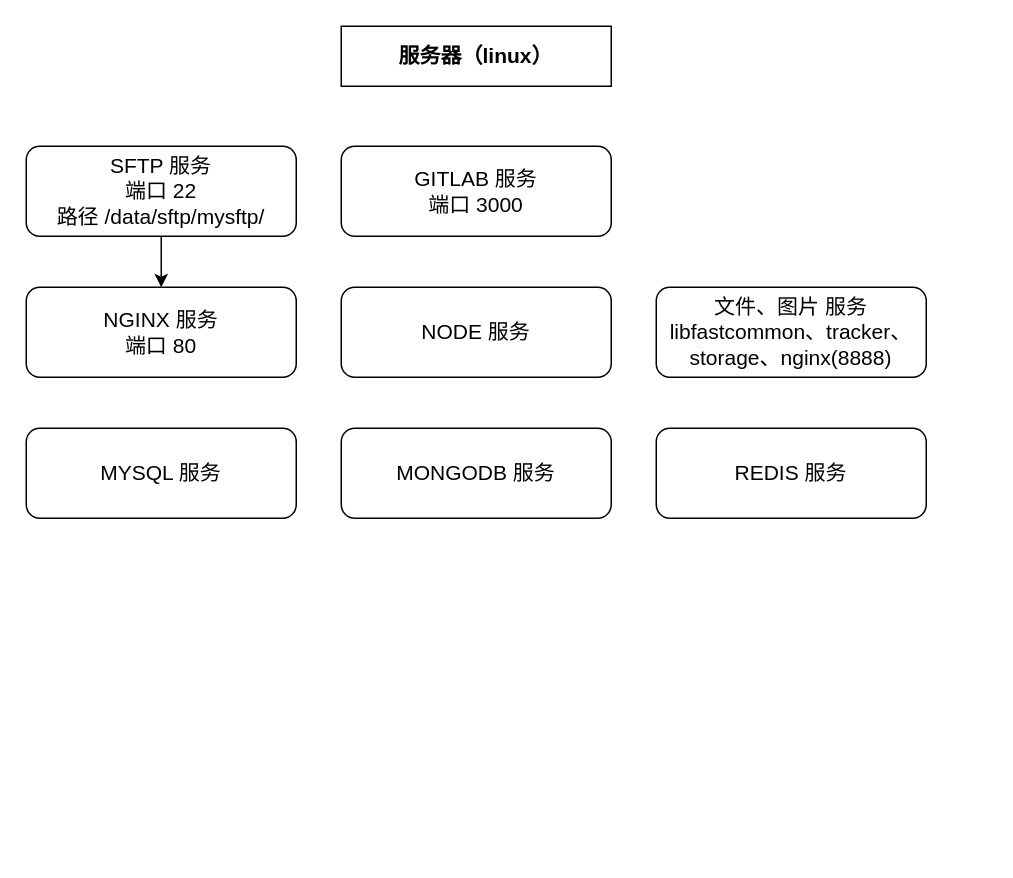
Above: 整体系统结构.drawio in 8230459/drawio (draw.io), before the change. Source tidied: cells renumbered, new cells numbered last; positions are measured from the earlier drawing's top-left corner, leaving out a move shared by most shapes. Both pictures are drawn from the tidied source at 150%, with x=0, y=0 at pixel (26, 26).
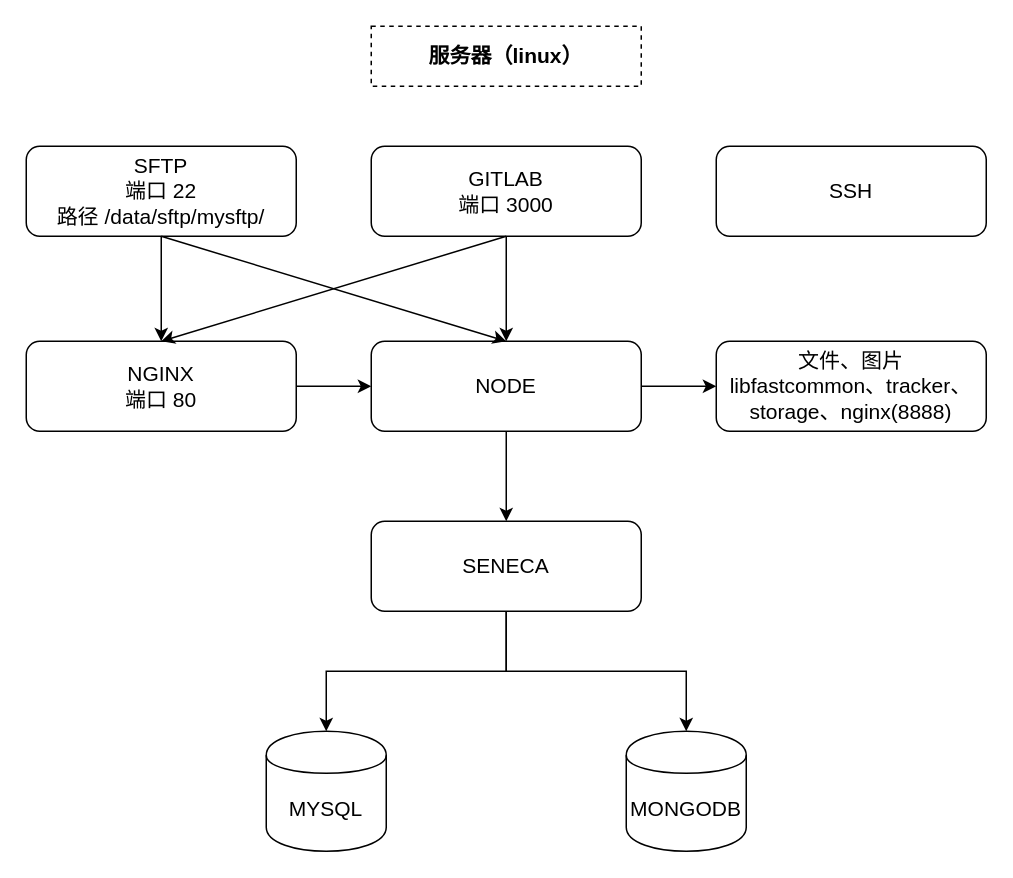
The same page after the edit.

Commit message:
Update 整体系统结构.drawio

What changed in the source:
```diff
@@
-    <mxCell id="2" value="服务器（linux）" style="rounded=0;whiteSpace=wrap;html=1;fontStyle=1;fontSize=14;" parent="1" vertex="1">
-      <mxGeometry x="210" width="180" height="40" as="geometry" />
+    <mxCell id="2" value="服务器（linux）" style="rounded=0;whiteSpace=wrap;html=1;fontStyle=1;fontSize=14;dashed=1;" parent="1" vertex="1">
+      <mxGeometry x="230" width="180" height="40" as="geometry" />
     </mxCell>
-    <mxCell id="3" value="文件、图片 服务&#10;libfastcommon、tracker、&#10;storage、nginx(8888)" style="rounded=1;whiteSpace=wrap;strokeWidth=1;fontSize=14;fontStyle=0;fontFamily=Helvetica;verticalAlign=middle;horizontal=1;spacing=0;" parent="1" vertex="1">
-      <mxGeometry x="420" y="174" width="180" height="60" as="geometry" />
+    <mxCell id="3" value="文件、图片&#10;libfastcommon、tracker、&#10;storage、nginx(8888)" style="rounded=1;whiteSpace=wrap;strokeWidth=1;fontSize=14;fontStyle=0;fontFamily=Helvetica;verticalAlign=middle;horizontal=1;spacing=0;" parent="1" vertex="1">
+      <mxGeometry x="460" y="210" width="180" height="60" as="geometry" />
     </mxCell>
+    <mxCell id="5" value="SFTP&#10;端口 22&#10;路径 /data/sftp/mysftp/" style="rounded=1;whiteSpace=wrap;strokeWidth=1;fontSize=14;fontStyle=0;fontFamily=Helvetica;verticalAlign=middle;horizontal=1;spacing=0;" parent="1" vertex="1">
+      <mxGeometry y="80" width="180" height="60" as="geometry" />
+    </mxCell>
+    <mxCell id="12" style="edgeStyle=orthogonalEdgeStyle;rounded=0;jettySize=auto;html=1;exitX=1;exitY=0.5;exitDx=0;exitDy=0;entryX=0;entryY=0.5;entryDx=0;entryDy=0;fontFamily=Helvetica;fontSize=14;" parent="1" edge="1" source="6" target="3">
+      <mxGeometry relative="1" as="geometry" />
+    </mxCell>
+    <mxCell id="13" style="edgeStyle=orthogonalEdgeStyle;rounded=0;jettySize=auto;html=1;exitX=0.5;exitY=1;exitDx=0;exitDy=0;entryX=0.5;entryY=0;entryDx=0;entryDy=0;fontFamily=Helvetica;fontSize=14;" parent="1" edge="1" source="6" target="20">
+      <mxGeometry relative="1" as="geometry" />
+    </mxCell>
+    <mxCell id="6" value="NODE" style="rounded=1;whiteSpace=wrap;strokeWidth=1;fontSize=14;fontStyle=0;fontFamily=Helvetica;verticalAlign=middle;horizontal=1;spacing=0;" parent="1" vertex="1">
+      <mxGeometry x="230" y="210" width="180" height="60" as="geometry" />
+    </mxCell>
+    <mxCell id="14" style="edgeStyle=orthogonalEdgeStyle;rounded=0;jettySize=auto;html=1;entryX=0.5;entryY=0;entryDx=0;entryDy=0;fontFamily=Helvetica;fontSize=14;" parent="1" edge="1" source="7" target="6">
+      <mxGeometry relative="1" as="geometry" />
+    </mxCell>
+    <mxCell id="7" value="GITLAB&#10;端口 3000" style="rounded=1;whiteSpace=wrap;strokeWidth=1;fontSize=14;fontStyle=0;fontFamily=Helvetica;verticalAlign=middle;horizontal=1;spacing=0;" parent="1" vertex="1">
+      <mxGeometry x="230" y="80" width="180" height="60" as="geometry" />
+    </mxCell>
+    <mxCell id="15" style="edgeStyle=orthogonalEdgeStyle;rounded=0;jettySize=auto;html=1;exitX=1;exitY=0.5;exitDx=0;exitDy=0;entryX=0;entryY=0.5;entryDx=0;entryDy=0;fontFamily=Helvetica;fontSize=14;" parent="1" edge="1" source="8" target="6">
+      <mxGeometry relative="1" as="geometry" />
+    </mxCell>
+    <mxCell id="8" value="NGINX&#10;端口 80" style="rounded=1;whiteSpace=wrap;strokeWidth=1;fontSize=14;fontStyle=0;fontFamily=Helvetica;verticalAlign=middle;horizontal=1;spacing=0;" parent="1" vertex="1">
+      <mxGeometry y="210" width="180" height="60" as="geometry" />
+    </mxCell>
+    <mxCell id="16" style="endArrow=classic;html=1;fontFamily=Helvetica;fontSize=14;exitX=0.5;exitY=1;exitDx=0;exitDy=0;entryX=0.5;entryY=0;entryDx=0;entryDy=0;" parent="1" edge="1" source="5" target="8">
+      <mxGeometry relative="1" as="geometry" />
+    </mxCell>
+    <mxCell id="17" style="endArrow=classic;html=1;fontFamily=Helvetica;fontSize=14;exitX=0.5;exitY=1;exitDx=0;exitDy=0;entryX=0.5;entryY=0;entryDx=0;entryDy=0;" parent="1" edge="1" source="7" target="8">
+      <mxGeometry relative="1" as="geometry" />
+    </mxCell>
-    <mxCell id="4" style="edgeStyle=orthogonalEdgeStyle;rounded=0;jettySize=auto;html=1;entryX=0.5;entryY=0;entryDx=0;entryDy=0;fontFamily=Helvetica;fontSize=14;" parent="1" edge="1" source="5" target="6">
+    <mxCell id="4" style="endArrow=classic;html=1;fontFamily=Helvetica;fontSize=14;exitX=0.5;exitY=1;exitDx=0;exitDy=0;entryX=0.5;entryY=0;entryDx=0;entryDy=0;" parent="1" edge="1" source="5" target="6">
       <mxGeometry relative="1" as="geometry" />
     </mxCell>
-    <mxCell id="5" value="SFTP 服务&#10;端口 22&#10;路径 /data/sftp/mysftp/" style="rounded=1;whiteSpace=wrap;strokeWidth=1;fontSize=14;fontStyle=0;fontFamily=Helvetica;verticalAlign=middle;horizontal=1;spacing=0;" parent="1" vertex="1">
-      <mxGeometry y="80" width="180" height="60" as="geometry" />
-    </mxCell>
-    <mxCell id="6" value="NGINX 服务&#10;端口 80" style="rounded=1;whiteSpace=wrap;strokeWidth=1;fontSize=14;fontStyle=0;fontFamily=Helvetica;verticalAlign=middle;horizontal=1;spacing=0;" parent="1" vertex="1">
-      <mxGeometry y="174" width="180" height="60" as="geometry" />
-    </mxCell>
-    <mxCell id="7" value="GITLAB 服务&#10;端口 3000" style="rounded=1;whiteSpace=wrap;strokeWidth=1;fontSize=14;fontStyle=0;fontFamily=Helvetica;verticalAlign=middle;horizontal=1;spacing=0;" parent="1" vertex="1">
-      <mxGeometry x="210" y="80" width="180" height="60" as="geometry" />
-    </mxCell>
-    <mxCell id="8" value="NODE 服务" style="rounded=1;whiteSpace=wrap;strokeWidth=1;fontSize=14;fontStyle=0;fontFamily=Helvetica;verticalAlign=middle;horizontal=1;spacing=0;" parent="1" vertex="1">
-      <mxGeometry x="210" y="174" width="180" height="60" as="geometry" />
-    </mxCell>
-    <mxCell id="9" value="REDIS 服务" style="rounded=1;whiteSpace=wrap;strokeWidth=1;fontSize=14;fontStyle=0;fontFamily=Helvetica;verticalAlign=middle;horizontal=1;spacing=0;" parent="1" vertex="1">
-      <mxGeometry x="420" y="268" width="180" height="60" as="geometry" />
-    </mxCell>
-    <mxCell id="10" value="MONGODB 服务" style="rounded=1;whiteSpace=wrap;strokeWidth=1;fontSize=14;fontStyle=0;fontFamily=Helvetica;verticalAlign=middle;horizontal=1;spacing=0;" parent="1" vertex="1">
-      <mxGeometry x="210" y="268" width="180" height="60" as="geometry" />
-    </mxCell>
-    <mxCell id="11" value="MYSQL 服务" style="rounded=1;whiteSpace=wrap;strokeWidth=1;fontSize=14;fontStyle=0;fontFamily=Helvetica;verticalAlign=middle;horizontal=1;spacing=0;" parent="1" vertex="1">
-      <mxGeometry y="268" width="180" height="60" as="geometry" />
-    </mxCell>
+    <mxCell id="18" style="edgeStyle=orthogonalEdgeStyle;rounded=0;jettySize=auto;html=1;exitX=0.5;exitY=1;exitDx=0;exitDy=0;entryX=0.5;entryY=0;entryDx=0;entryDy=0;fontFamily=Helvetica;fontSize=14;" parent="1" edge="1" source="20" target="23">
+      <mxGeometry relative="1" as="geometry" />
+    </mxCell>
+    <mxCell id="19" style="edgeStyle=orthogonalEdgeStyle;rounded=0;jettySize=auto;html=1;exitX=0.5;exitY=1;exitDx=0;exitDy=0;fontFamily=Helvetica;fontSize=14;" parent="1" edge="1" source="20" target="22">
+      <mxGeometry relative="1" as="geometry" />
+    </mxCell>
+    <mxCell id="20" value="SENECA" style="rounded=1;whiteSpace=wrap;strokeWidth=1;fontSize=14;fontStyle=0;fontFamily=Helvetica;verticalAlign=middle;horizontal=1;spacing=0;" parent="1" vertex="1">
+      <mxGeometry x="230" y="330" width="180" height="60" as="geometry" />
+    </mxCell>
+    <mxCell id="21" value="SSH" style="rounded=1;whiteSpace=wrap;strokeWidth=1;fontSize=14;fontStyle=0;fontFamily=Helvetica;verticalAlign=middle;horizontal=1;spacing=0;" parent="1" vertex="1">
+      <mxGeometry x="460" y="80" width="180" height="60" as="geometry" />
+    </mxCell>
+    <mxCell id="22" value="&lt;span style=&quot;white-space: normal&quot;&gt;MYSQL&lt;br&gt;&lt;/span&gt;" style="shape=cylinder;whiteSpace=wrap;html=1;boundedLbl=1;backgroundOutline=1;strokeWidth=1;fontFamily=Helvetica;fontSize=14;" parent="1" vertex="1">
+      <mxGeometry x="160" y="470" width="80" height="80" as="geometry" />
+    </mxCell>
+    <mxCell id="23" value="&lt;span style=&quot;white-space: normal&quot;&gt;MONGODB&lt;/span&gt;" style="shape=cylinder;whiteSpace=wrap;html=1;boundedLbl=1;backgroundOutline=1;strokeWidth=1;fontFamily=Helvetica;fontSize=14;" parent="1" vertex="1">
+      <mxGeometry x="400" y="470" width="80" height="80" as="geometry" />
+    </mxCell>
```
